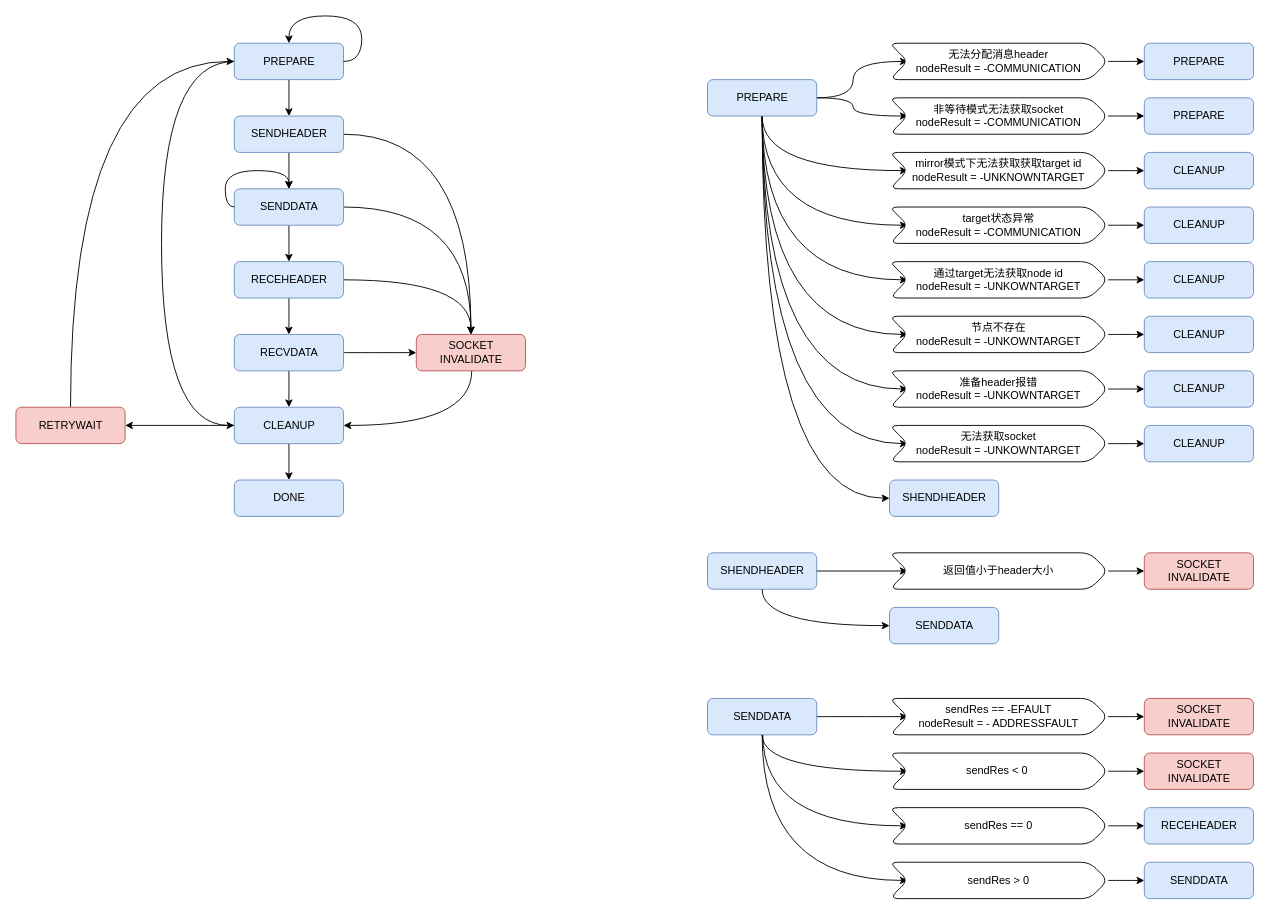
This is beegfs/beegfs-client.drawio from EarthWind/deeparch, a draw.io file, before an edit. Source tidied: cells renumbered, new cells numbered last; positions are measured from the earlier drawing's top-left corner, leaving out a move shared by most shapes. Both pictures are drawn from the tidied source at 91%, with x=0, y=0 at pixel (15, 15).
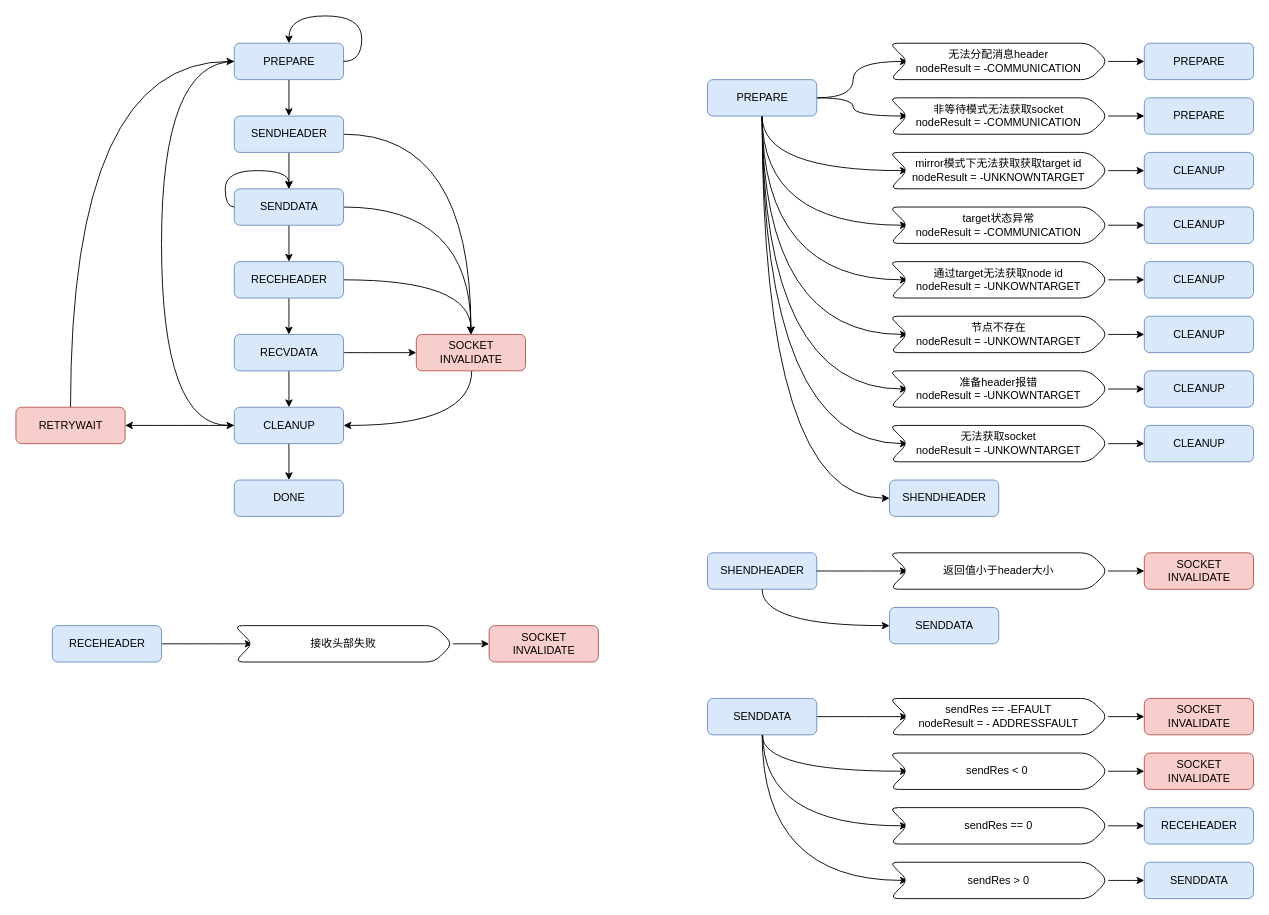
Above is the later version.

Diff of the diagram source:
```diff
@@
+    <mxCell id="113" style="edgeStyle=orthogonalEdgeStyle;curved=1;rounded=0;jettySize=auto;html=1;" parent="1" edge="1" source="114" target="117">
+      <mxGeometry relative="1" as="geometry" />
+    </mxCell>
+    <mxCell id="114" style="rounded=1;whiteSpace=wrap;html=1;fillColor=#dae8fc;strokeColor=#6c8ebf;" parent="1" vertex="1">
+      <mxGeometry x="40" y="670" width="120" height="40" as="geometry" />
+    </mxCell>
+    <mxCell id="115" value="RECEHEADER" style="text;html=1;align=center;verticalAlign=middle;strokeColor=none;fillColor=none;" parent="1" vertex="1">
+      <mxGeometry x="45" y="675" width="110" height="30" as="geometry" />
+    </mxCell>
+    <mxCell id="116" style="edgeStyle=orthogonalEdgeStyle;curved=1;rounded=0;jettySize=auto;html=1;entryX=0;entryY=0.5;entryDx=0;entryDy=0;" parent="1" edge="1" source="117" target="118">
+      <mxGeometry relative="1" as="geometry" />
+    </mxCell>
+    <mxCell id="117" value="接收头部失败" style="shape=step;perimeter=stepPerimeter;whiteSpace=wrap;html=1;fixedSize=1;rounded=1;align=center;" parent="1" vertex="1">
+      <mxGeometry x="240" y="670" width="240" height="40" as="geometry" />
+    </mxCell>
+    <mxCell id="118" style="rounded=1;whiteSpace=wrap;html=1;fillColor=#f8cecc;strokeColor=#b85450;" parent="1" vertex="1">
+      <mxGeometry x="520" y="670" width="120" height="40" as="geometry" />
+    </mxCell>
+    <mxCell id="119" value="SOCKET&lt;br&gt;INVALIDATE" style="text;html=1;align=center;verticalAlign=middle;strokeColor=none;fillColor=none;" parent="1" vertex="1">
+      <mxGeometry x="535" y="670" width="90" height="40" as="geometry" />
+    </mxCell>
```
